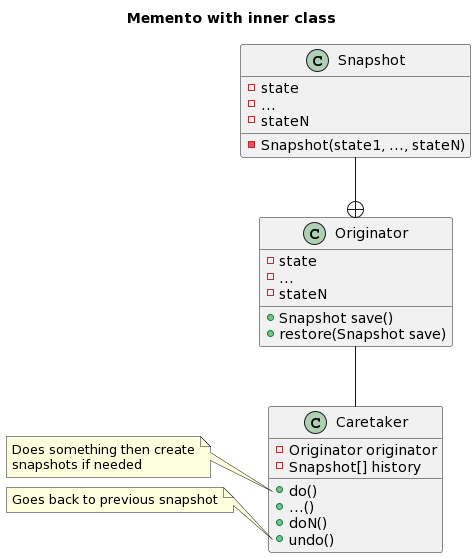
This is Design Patterns/Behavioral/Memento/Inner Class Memento/UML.png from slr3073/Software_Engineering, a PlantUML export, as it was before one commit.
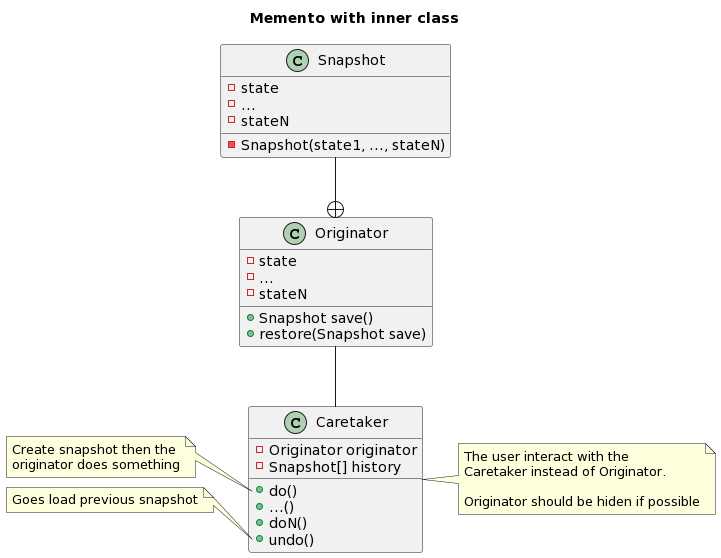
The same file after the commit.

Commit message:
Proper types and uml

Diff of the diagram source:
```diff
@@ -29,11 +29,18 @@
 Snapshot --+ Originator
 
 note left of Caretaker::do
-    Does something then create
-    snapshots if needed
+    Create snapshot then the
+    originator does something
 end note
 
 note left of Caretaker::undo
-    Goes back to previous snapshot
+    Goes load previous snapshot
+end note
+
+note right of Caretaker
+    The user interact with the
+    Caretaker instead of Originator.
+
+    Originator should be hiden if possible
 end note
 @enduml
```
